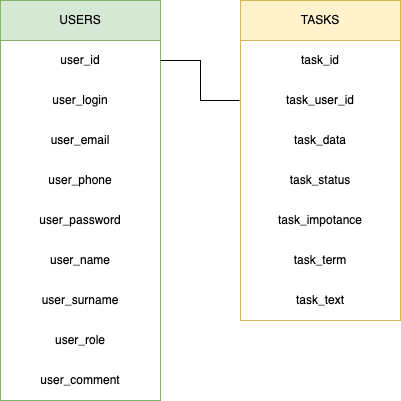
Before: avito-crm.drawio.png, a diagram exported from draw.io (sasha-kolosov/avito-crm). Source tidied: cells renumbered, new cells last; positions are measured from the earlier drawing's top-left corner, leaving out a move shared by most shapes.
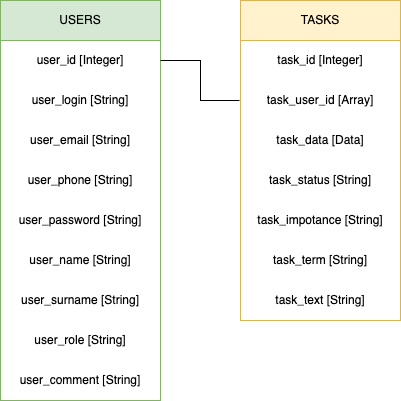
The same file after the commit.

The edit, as a diff of the source:
```diff
@@ -5,55 +5,55 @@
     <mxCell id="2" value="USERS" style="swimlane;fontStyle=0;horizontal=1;startSize=40;whiteSpace=wrap;html=1;strokeColor=#82b366;fillColor=#d5e8d4;" parent="1" vertex="1">
       <mxGeometry width="160" height="400" as="geometry" />
     </mxCell>
-    <mxCell id="3" value="user_id" style="text;align=center;verticalAlign=middle;spacingLeft=4;spacingRight=4;overflow=hidden;points=[[0,0.5],[1,0.5]];portConstraint=eastwest;whiteSpace=wrap;html=1;labelBorderColor=none;fontSize=12;strokeWidth=1;strokeColor=none;" parent="2" vertex="1">
+    <mxCell id="3" value="user_id&amp;nbsp;[Integer]" style="text;align=center;verticalAlign=middle;spacingLeft=4;spacingRight=4;overflow=hidden;points=[[0,0.5],[1,0.5]];portConstraint=eastwest;whiteSpace=wrap;html=1;labelBorderColor=none;fontSize=12;strokeWidth=1;strokeColor=none;" parent="2" vertex="1">
       <mxGeometry y="40" width="160" height="40" as="geometry" />
     </mxCell>
-    <mxCell id="4" value="user_login" style="text;strokeColor=none;fillColor=none;align=center;verticalAlign=middle;spacingLeft=4;spacingRight=4;overflow=hidden;whiteSpace=wrap;html=1;" parent="2" vertex="1">
+    <mxCell id="4" value="user_login&amp;nbsp;[String]" style="text;strokeColor=none;fillColor=none;align=center;verticalAlign=middle;spacingLeft=4;spacingRight=4;overflow=hidden;whiteSpace=wrap;html=1;" parent="2" vertex="1">
       <mxGeometry y="80" width="160" height="40" as="geometry" />
     </mxCell>
-    <mxCell id="5" value="user_email" style="text;strokeColor=none;fillColor=none;align=center;verticalAlign=middle;spacingLeft=4;spacingRight=4;overflow=hidden;whiteSpace=wrap;html=1;" parent="2" vertex="1">
+    <mxCell id="5" value="user_email&amp;nbsp;[String]" style="text;strokeColor=none;fillColor=none;align=center;verticalAlign=middle;spacingLeft=4;spacingRight=4;overflow=hidden;whiteSpace=wrap;html=1;" parent="2" vertex="1">
       <mxGeometry y="120" width="160" height="40" as="geometry" />
     </mxCell>
-    <mxCell id="6" value="user_phone" style="text;strokeColor=none;fillColor=none;align=center;verticalAlign=middle;spacingLeft=4;spacingRight=4;overflow=hidden;whiteSpace=wrap;html=1;" parent="2" vertex="1">
+    <mxCell id="6" value="user_phone&amp;nbsp;[String]" style="text;strokeColor=none;fillColor=none;align=center;verticalAlign=middle;spacingLeft=4;spacingRight=4;overflow=hidden;whiteSpace=wrap;html=1;" parent="2" vertex="1">
       <mxGeometry y="160" width="160" height="40" as="geometry" />
     </mxCell>
-    <mxCell id="7" value="user_password" style="text;strokeColor=none;fillColor=none;align=center;verticalAlign=middle;spacingLeft=4;spacingRight=4;overflow=hidden;whiteSpace=wrap;html=1;" parent="2" vertex="1">
+    <mxCell id="7" value="user_password&amp;nbsp;[String]" style="text;strokeColor=none;fillColor=none;align=center;verticalAlign=middle;spacingLeft=4;spacingRight=4;overflow=hidden;whiteSpace=wrap;html=1;" parent="2" vertex="1">
       <mxGeometry y="200" width="160" height="40" as="geometry" />
     </mxCell>
-    <mxCell id="8" value="user_name" style="text;strokeColor=none;fillColor=none;align=center;verticalAlign=middle;spacingLeft=4;spacingRight=4;overflow=hidden;whiteSpace=wrap;html=1;" parent="2" vertex="1">
+    <mxCell id="8" value="user_name&amp;nbsp;[String]" style="text;strokeColor=none;fillColor=none;align=center;verticalAlign=middle;spacingLeft=4;spacingRight=4;overflow=hidden;whiteSpace=wrap;html=1;" parent="2" vertex="1">
       <mxGeometry y="240" width="160" height="40" as="geometry" />
     </mxCell>
-    <mxCell id="9" value="user_surname" style="text;strokeColor=none;fillColor=none;align=center;verticalAlign=middle;spacingLeft=4;spacingRight=4;overflow=hidden;whiteSpace=wrap;html=1;shadow=0;" parent="2" vertex="1">
+    <mxCell id="9" value="user_surname&amp;nbsp;[String]" style="text;strokeColor=none;fillColor=none;align=center;verticalAlign=middle;spacingLeft=4;spacingRight=4;overflow=hidden;whiteSpace=wrap;html=1;shadow=0;" parent="2" vertex="1">
       <mxGeometry y="280" width="160" height="40" as="geometry" />
     </mxCell>
-    <mxCell id="10" value="user_role" style="text;strokeColor=none;fillColor=none;align=center;verticalAlign=middle;spacingLeft=4;spacingRight=4;overflow=hidden;whiteSpace=wrap;html=1;shadow=0;" parent="2" vertex="1">
+    <mxCell id="10" value="user_role&amp;nbsp;[String]" style="text;strokeColor=none;fillColor=none;align=center;verticalAlign=middle;spacingLeft=4;spacingRight=4;overflow=hidden;whiteSpace=wrap;html=1;shadow=0;" parent="2" vertex="1">
       <mxGeometry y="320" width="160" height="40" as="geometry" />
     </mxCell>
-    <mxCell id="11" value="user_comment" style="text;strokeColor=none;fillColor=none;align=center;verticalAlign=middle;spacingLeft=4;spacingRight=4;overflow=hidden;whiteSpace=wrap;html=1;shadow=0;" parent="2" vertex="1">
+    <mxCell id="11" value="user_comment [String]" style="text;strokeColor=none;fillColor=none;align=center;verticalAlign=middle;spacingLeft=4;spacingRight=4;overflow=hidden;whiteSpace=wrap;html=1;shadow=0;" parent="2" vertex="1">
       <mxGeometry y="360" width="160" height="40" as="geometry" />
     </mxCell>
     <mxCell id="12" value="TASKS" style="swimlane;fontStyle=0;horizontal=1;startSize=40;whiteSpace=wrap;html=1;strokeColor=#d6b656;fillColor=#fff2cc;" parent="1" vertex="1">
       <mxGeometry x="240" width="160" height="320" as="geometry" />
     </mxCell>
-    <mxCell id="13" value="task_id" style="text;align=center;verticalAlign=middle;spacingLeft=4;spacingRight=4;overflow=hidden;whiteSpace=wrap;html=1;labelBorderColor=none;fontSize=12;strokeWidth=17;" parent="12" vertex="1">
+    <mxCell id="13" value="task_id [Integer]" style="text;align=center;verticalAlign=middle;spacingLeft=4;spacingRight=4;overflow=hidden;whiteSpace=wrap;html=1;labelBorderColor=none;fontSize=12;strokeWidth=17;" parent="12" vertex="1">
       <mxGeometry y="40" width="160" height="40" as="geometry" />
     </mxCell>
-    <mxCell id="14" value="task_user_id" style="text;align=center;verticalAlign=middle;spacingLeft=4;spacingRight=4;overflow=hidden;points=[[0,0.5],[1,0.5]];portConstraint=eastwest;whiteSpace=wrap;html=1;labelBorderColor=none;fontSize=12;strokeWidth=1;strokeColor=none;perimeterSpacing=1;shadow=0;glass=0;rounded=0;fillColor=none;gradientColor=none;" parent="12" vertex="1">
+    <mxCell id="14" value="task_user_id [Array]" style="text;align=center;verticalAlign=middle;spacingLeft=4;spacingRight=4;overflow=hidden;points=[[0,0.5],[1,0.5]];portConstraint=eastwest;whiteSpace=wrap;html=1;labelBorderColor=none;fontSize=12;strokeWidth=1;strokeColor=none;perimeterSpacing=1;shadow=0;glass=0;rounded=0;fillColor=none;gradientColor=none;" parent="12" vertex="1">
       <mxGeometry y="80" width="160" height="40" as="geometry" />
     </mxCell>
-    <mxCell id="15" value="task_data" style="text;strokeColor=none;fillColor=none;align=center;verticalAlign=middle;spacingLeft=4;spacingRight=4;overflow=hidden;whiteSpace=wrap;html=1;" parent="12" vertex="1">
+    <mxCell id="15" value="task_data [Data]" style="text;strokeColor=none;fillColor=none;align=center;verticalAlign=middle;spacingLeft=4;spacingRight=4;overflow=hidden;whiteSpace=wrap;html=1;" parent="12" vertex="1">
       <mxGeometry y="120" width="160" height="40" as="geometry" />
     </mxCell>
-    <mxCell id="16" value="task_status" style="text;strokeColor=none;fillColor=none;align=center;verticalAlign=middle;spacingLeft=4;spacingRight=4;overflow=hidden;whiteSpace=wrap;html=1;" parent="12" vertex="1">
+    <mxCell id="16" value="task_status&amp;nbsp;&lt;span style=&quot;background-color: initial;&quot;&gt;[String]&lt;/span&gt;" style="text;strokeColor=none;fillColor=none;align=center;verticalAlign=middle;spacingLeft=4;spacingRight=4;overflow=hidden;whiteSpace=wrap;html=1;" parent="12" vertex="1">
       <mxGeometry y="160" width="160" height="40" as="geometry" />
     </mxCell>
-    <mxCell id="17" value="task_impotance" style="text;strokeColor=none;fillColor=none;align=center;verticalAlign=middle;spacingLeft=4;spacingRight=4;overflow=hidden;whiteSpace=wrap;html=1;" parent="12" vertex="1">
+    <mxCell id="17" value="task_impotance&amp;nbsp;[String]" style="text;strokeColor=none;fillColor=none;align=center;verticalAlign=middle;spacingLeft=4;spacingRight=4;overflow=hidden;whiteSpace=wrap;html=1;" parent="12" vertex="1">
       <mxGeometry y="200" width="160" height="40" as="geometry" />
     </mxCell>
-    <mxCell id="18" value="task_term" style="text;strokeColor=none;fillColor=none;align=center;verticalAlign=middle;spacingLeft=4;spacingRight=4;overflow=hidden;whiteSpace=wrap;html=1;" parent="12" vertex="1">
+    <mxCell id="18" value="task_term&amp;nbsp;[String]" style="text;strokeColor=none;fillColor=none;align=center;verticalAlign=middle;spacingLeft=4;spacingRight=4;overflow=hidden;whiteSpace=wrap;html=1;" parent="12" vertex="1">
       <mxGeometry y="240" width="160" height="40" as="geometry" />
     </mxCell>
-    <mxCell id="19" value="task_text" style="text;strokeColor=none;fillColor=none;align=center;verticalAlign=middle;spacingLeft=4;spacingRight=4;overflow=hidden;whiteSpace=wrap;html=1;" parent="12" vertex="1">
+    <mxCell id="19" value="task_text&amp;nbsp;[String]" style="text;strokeColor=none;fillColor=none;align=center;verticalAlign=middle;spacingLeft=4;spacingRight=4;overflow=hidden;whiteSpace=wrap;html=1;" parent="12" vertex="1">
       <mxGeometry y="280" width="160" height="40" as="geometry" />
     </mxCell>
     <mxCell id="20" style="endArrow=none;html=1;rounded=0;exitX=1;exitY=0.5;exitDx=0;exitDy=0;entryX=0;entryY=0.5;entryDx=0;entryDy=0;" parent="1" edge="1" source="3" target="14">
```
